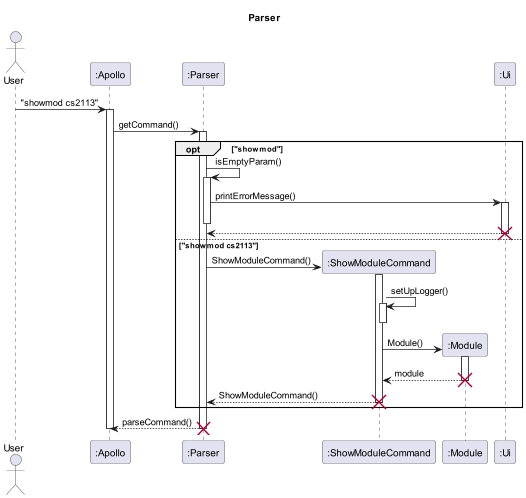
Above: docs/uml-diagrams/Parser_Seq-Parser.png in nus-cs2113-AY2223S2/tp (PlantUML), before the change.
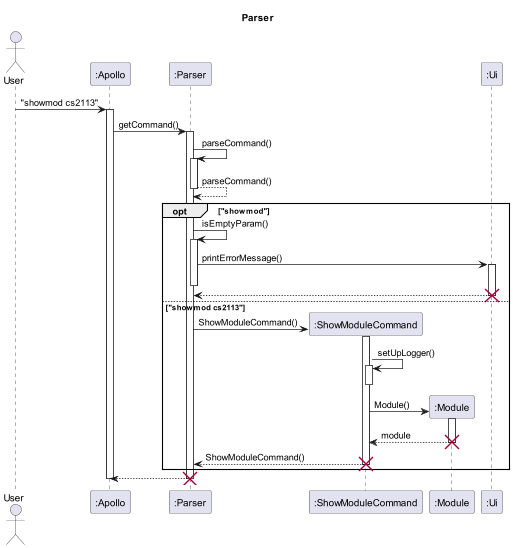
Above is the later version.

Commit message:
Update PNG for parser seq diagram

Change to the diagram source:
```diff
@@ -15,7 +15,12 @@
 User -> Apollo : "showmod cs2113"
 activate Apollo
 Apollo -> Parser : getCommand()
+
 activate Parser
+Parser -> Parser : parseCommand()
+activate Parser
+Parser --> Parser : parseCommand()
+deactivate Parser
 
 opt "showmod"
 Parser -> Parser : isEmptyParam()
@@ -51,7 +56,7 @@
 
 end
 
-Parser --> Apollo : parseCommand()
+Parser --> Apollo
 deactivate Parser
 destroy Parser
 
```
